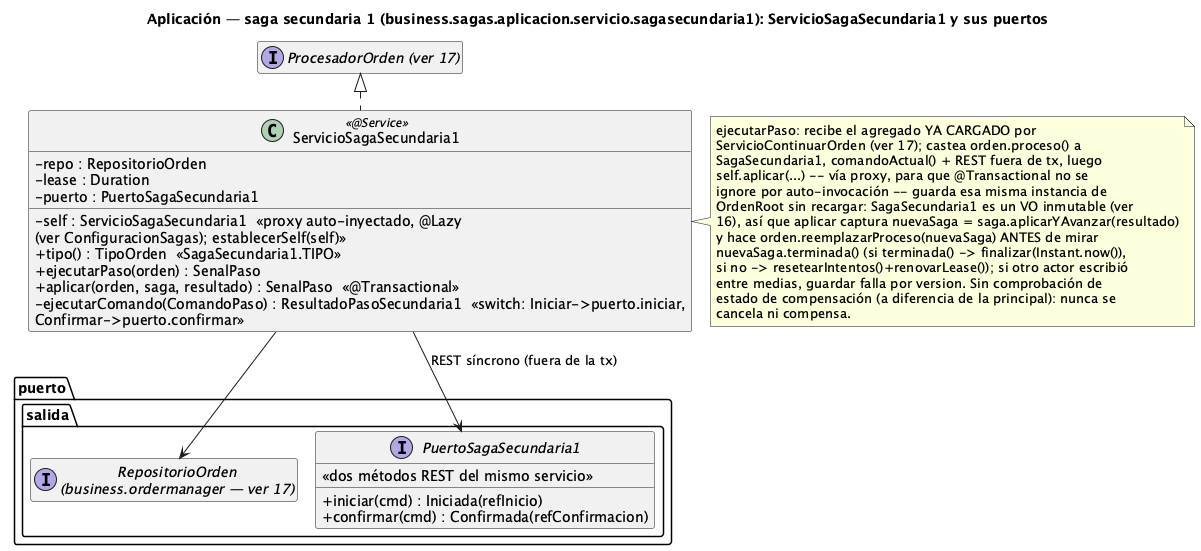
Above: order-manager/docs/19-clases-aplicacion-saga-secundaria1.png in ralcazar/patrones (PlantUML), before the change.
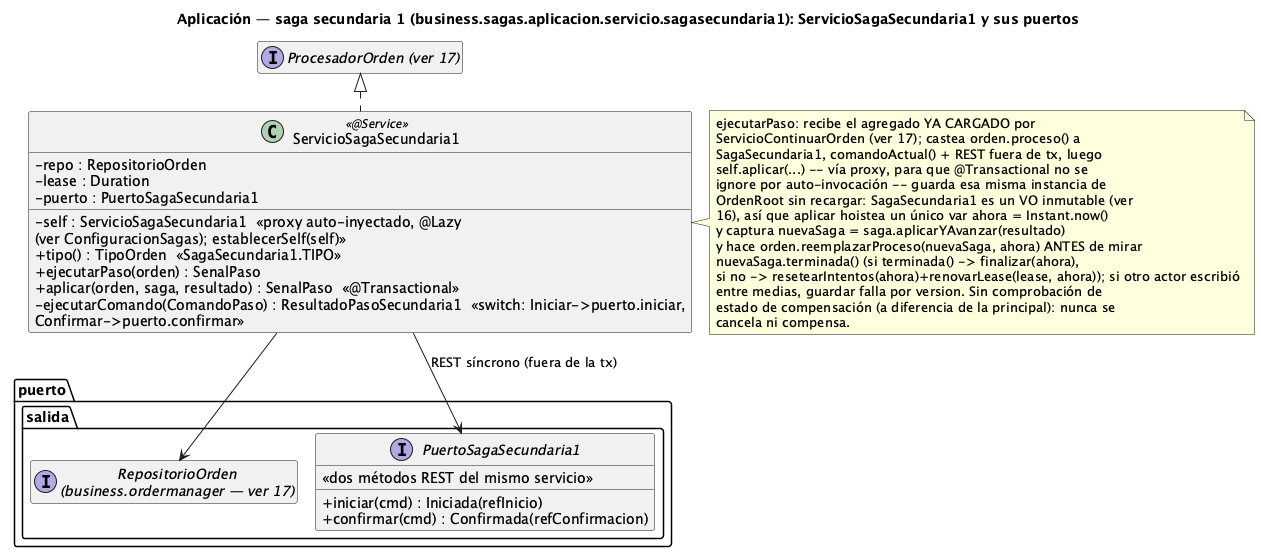
Later version of the same file.

The edit, as a diff of the source:
```diff
@@ -23,10 +23,11 @@
   self.aplicar(...) -- vía proxy, para que @Transactional no se
   ignore por auto-invocación -- guarda esa misma instancia de
   OrdenRoot sin recargar: SagaSecundaria1 es un VO inmutable (ver
-  16), así que aplicar captura nuevaSaga = saga.aplicarYAvanzar(resultado)
-  y hace orden.reemplazarProceso(nuevaSaga) ANTES de mirar
-  nuevaSaga.terminada() (si terminada() -> finalizar(Instant.now()),
-  si no -> resetearIntentos()+renovarLease()); si otro actor escribió
+  16), así que aplicar hoistea un único var ahora = Instant.now()
+  y captura nuevaSaga = saga.aplicarYAvanzar(resultado)
+  y hace orden.reemplazarProceso(nuevaSaga, ahora) ANTES de mirar
+  nuevaSaga.terminada() (si terminada() -> finalizar(ahora),
+  si no -> resetearIntentos(ahora)+renovarLease(lease, ahora)); si otro actor escribió
   entre medias, guardar falla por version. Sin comprobación de
   estado de compensación (a diferencia de la principal): nunca se
   cancela ni compensa.
```
